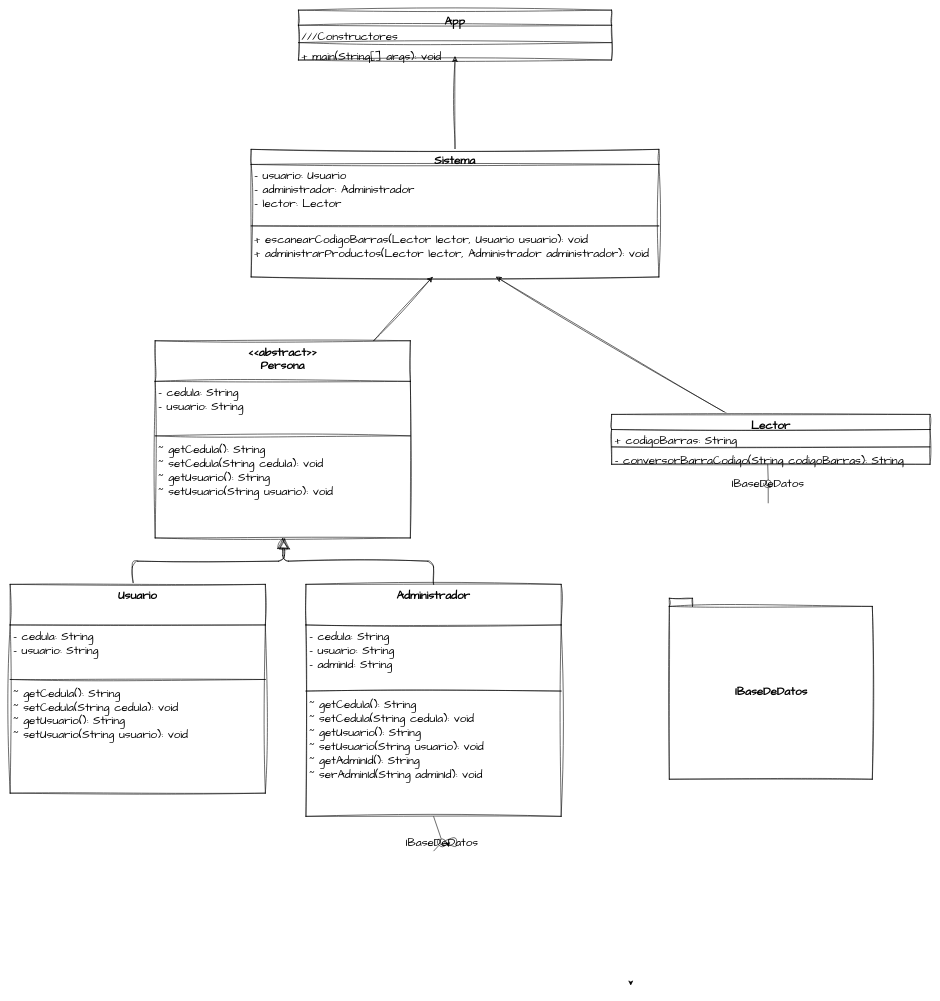
The draw.io diagram page "UML" (2 of 2) of useCaseBarCode.dio in AlejandroChicaizaBMV/repositorioParaElProyecto, before the edit. Source tidied: cells renumbered, new cells numbered last; positions are measured from the earlier drawing's top-left corner, leaving out a move shared by most shapes. Both pictures are drawn from the tidied source at 58%, with x=0, y=0 at pixel (10, 10).
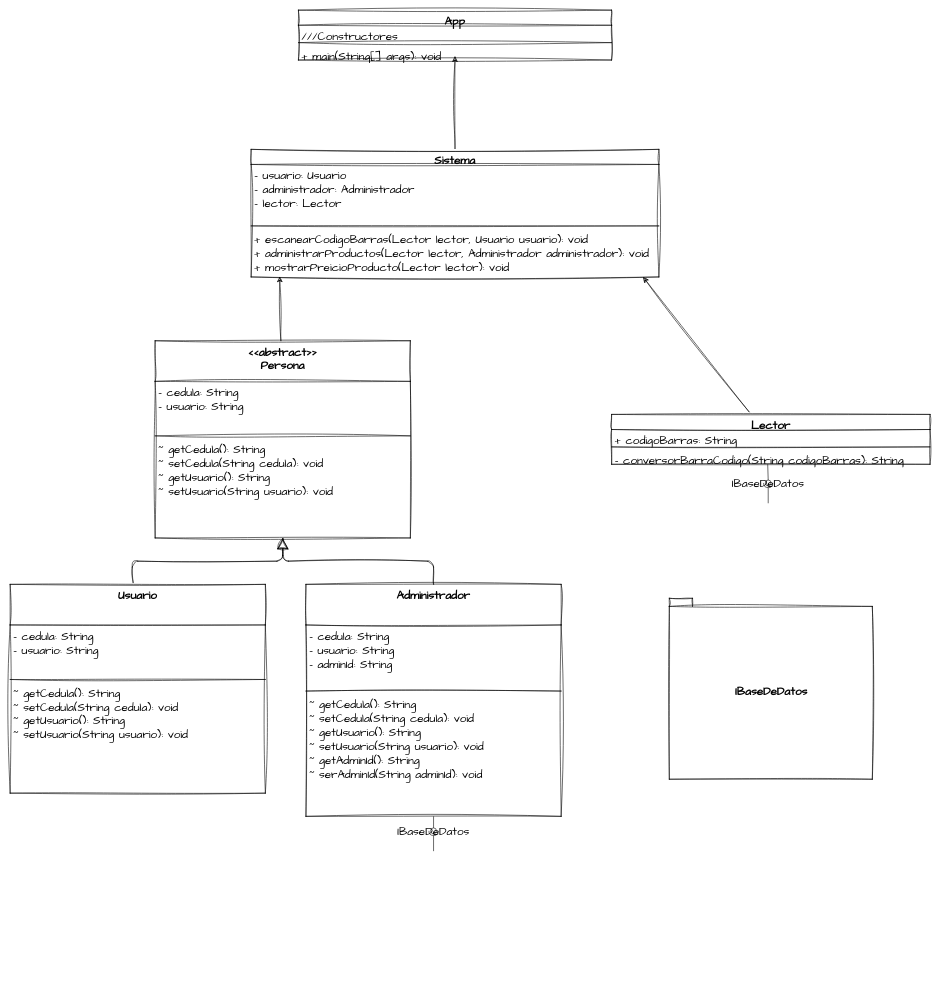
The same diagram, later.

The change refers to these unchanged cells:
```xml
<mxCell id="3" value="Sistema" style="swimlane;fontStyle=1;align=center;verticalAlign=top;horizontal=1;startSize=26;sketch=1;hachureGap=4;jiggle=2;curveFitting=1;fontFamily=Architects Daughter;fontSize=20;" parent="1" vertex="1">
  <mxGeometry x="415.5" y="240" width="703" height="220" as="geometry" />
</mxCell>
<mxCell id="8" value="Lector" style="swimlane;fontStyle=1;align=center;verticalAlign=top;horizontal=1;startSize=26;sketch=1;hachureGap=4;jiggle=2;curveFitting=1;fontFamily=Architects Daughter;fontSize=20;" parent="1" vertex="1">
  <mxGeometry x="1037" y="697" width="549" height="86" as="geometry" />
</mxCell>
<mxCell id="13" value="&lt;&lt;abstract&gt;&gt;&#10;Persona" style="swimlane;fontStyle=1;align=center;verticalAlign=top;horizontal=1;startSize=70;sketch=1;hachureGap=4;jiggle=2;curveFitting=1;fontFamily=Architects Daughter;fontSize=20;" parent="1" vertex="1">
  <mxGeometry x="250" y="570" width="440" height="340" as="geometry" />
</mxCell>
<mxCell id="16" value="~ getCedula(): String&#10;~ setCedula(String cedula): void&#10;~ getUsuario(): String&#10;~ setUsuario(String usuario): void&#10;" style="text;strokeColor=none;fillColor=none;align=left;verticalAlign=top;spacingLeft=4;spacingRight=4;overflow=hidden;points=[[0,0.5],[1,0.5]];portConstraint=eastwest;sketch=1;hachureGap=4;jiggle=2;curveFitting=1;fontFamily=Architects Daughter;fontSize=20;" parent="13" vertex="1">
  <mxGeometry y="168" width="440" height="172" as="geometry" />
</mxCell>
<mxCell id="17" value="Usuario" style="swimlane;fontStyle=1;align=center;verticalAlign=top;horizontal=1;startSize=70;sketch=1;hachureGap=4;jiggle=2;curveFitting=1;fontFamily=Architects Daughter;fontSize=20;" parent="1" vertex="1">
  <mxGeometry y="990" width="440" height="360" as="geometry" />
</mxCell>
```

Diff of the diagram source:
```diff
@@
-    <mxCell id="6" value="+ escanearCodigoBarras(Lector lector, Usuario usuario): void&#10;+ administrarProductos(Lector lector, Administrador administrador): void" style="text;strokeColor=none;fillColor=none;align=left;verticalAlign=top;spacingLeft=4;spacingRight=4;overflow=hidden;points=[[0,0.5],[1,0.5]];portConstraint=eastwest;sketch=1;hachureGap=4;jiggle=2;curveFitting=1;fontFamily=Architects Daughter;fontSize=20;" parent="3" vertex="1">
+    <mxCell id="6" value="+ escanearCodigoBarras(Lector lector, Usuario usuario): void&#10;+ administrarProductos(Lector lector, Administrador administrador): void&#10;+ mostrarPreicioProducto(Lector lector): void" style="text;strokeColor=none;fillColor=none;align=left;verticalAlign=top;spacingLeft=4;spacingRight=4;overflow=hidden;points=[[0,0.5],[1,0.5]];portConstraint=eastwest;sketch=1;hachureGap=4;jiggle=2;curveFitting=1;fontFamily=Architects Daughter;fontSize=20;" parent="3" vertex="1">
       <mxGeometry y="136" width="703" height="84" as="geometry" />
     </mxCell>
-    <mxCell id="7" style="edgeStyle=none;sketch=1;hachureGap=4;jiggle=2;curveFitting=1;html=1;fontFamily=Architects Daughter;fontSize=16;" parent="1" edge="1" source="8" target="6">
+    <mxCell id="7" style="edgeStyle=none;sketch=1;hachureGap=4;jiggle=2;curveFitting=1;html=1;fontFamily=Architects Daughter;fontSize=16;entryX=0.962;entryY=1.009;entryDx=0;entryDy=0;entryPerimeter=0;" parent="1" edge="1" source="8" target="6">
       <mxGeometry relative="1" as="geometry" />
     </mxCell>
@@
-    <mxCell id="12" style="edgeStyle=none;sketch=1;hachureGap=4;jiggle=2;curveFitting=1;html=1;fontFamily=Architects Daughter;fontSize=16;" parent="1" edge="1" source="13" target="6">
+    <mxCell id="12" style="edgeStyle=none;sketch=1;hachureGap=4;jiggle=2;curveFitting=1;html=1;fontFamily=Architects Daughter;fontSize=16;entryX=0.07;entryY=0.996;entryDx=0;entryDy=0;entryPerimeter=0;" parent="1" edge="1" source="13" target="6">
       <mxGeometry relative="1" as="geometry" />
     </mxCell>
@@
-    <mxCell id="25" style="endArrow=block;endSize=16;endFill=0;html=1;sketch=1;hachureGap=4;jiggle=2;curveFitting=1;fontFamily=Architects Daughter;fontSize=16;exitX=0.482;exitY=-0.008;exitDx=0;exitDy=0;exitPerimeter=0;entryX=0.507;entryY=1.004;entryDx=0;entryDy=0;entryPerimeter=0;" parent="1" edge="1" source="17" target="16">
+    <mxCell id="25" style="endArrow=block;endSize=16;endFill=0;html=1;sketch=1;hachureGap=4;jiggle=2;curveFitting=1;fontFamily=Architects Daughter;fontSize=16;exitX=0.482;exitY=-0.008;exitDx=0;exitDy=0;exitPerimeter=0;entryX=0.501;entryY=1.005;entryDx=0;entryDy=0;entryPerimeter=0;" parent="1" edge="1" source="17" target="16">
       <mxGeometry relative="1" as="geometry">
         <Array as="points">
           <mxPoint x="210" y="950" />
-          <mxPoint x="473" y="950" />
+          <mxPoint x="470" y="950" />
         </Array>
       </mxGeometry>
     </mxCell>
@@
     <mxCell id="30" value="IBaseDeDatos" style="ellipse;whiteSpace=wrap;html=1;align=center;points=[];outlineConnect=0;sketch=0;hachureGap=4;jiggle=2;curveFitting=1;fontFamily=Architects Daughter;fontSize=20;" parent="1" vertex="1">
-      <mxGeometry x="740" y="1429" width="10" height="10" as="geometry" />
+      <mxGeometry x="725" y="1410" width="10" height="10" as="geometry" />
     </mxCell>
@@
-    <mxCell id="38" style="edgeStyle=none;html=1;" parent="1" edge="1" source="30" target="30">
-      <mxGeometry relative="1" as="geometry" />
-    </mxCell>
-    <mxCell id="39" style="edgeStyle=none;html=1;" parent="1" edge="1">
-      <mxGeometry relative="1" as="geometry">
-        <mxPoint x="1070" y="1678.2" as="sourcePoint" />
-        <mxPoint x="1070" y="1681.8" as="targetPoint" />
-      </mxGeometry>
-    </mxCell>
```
